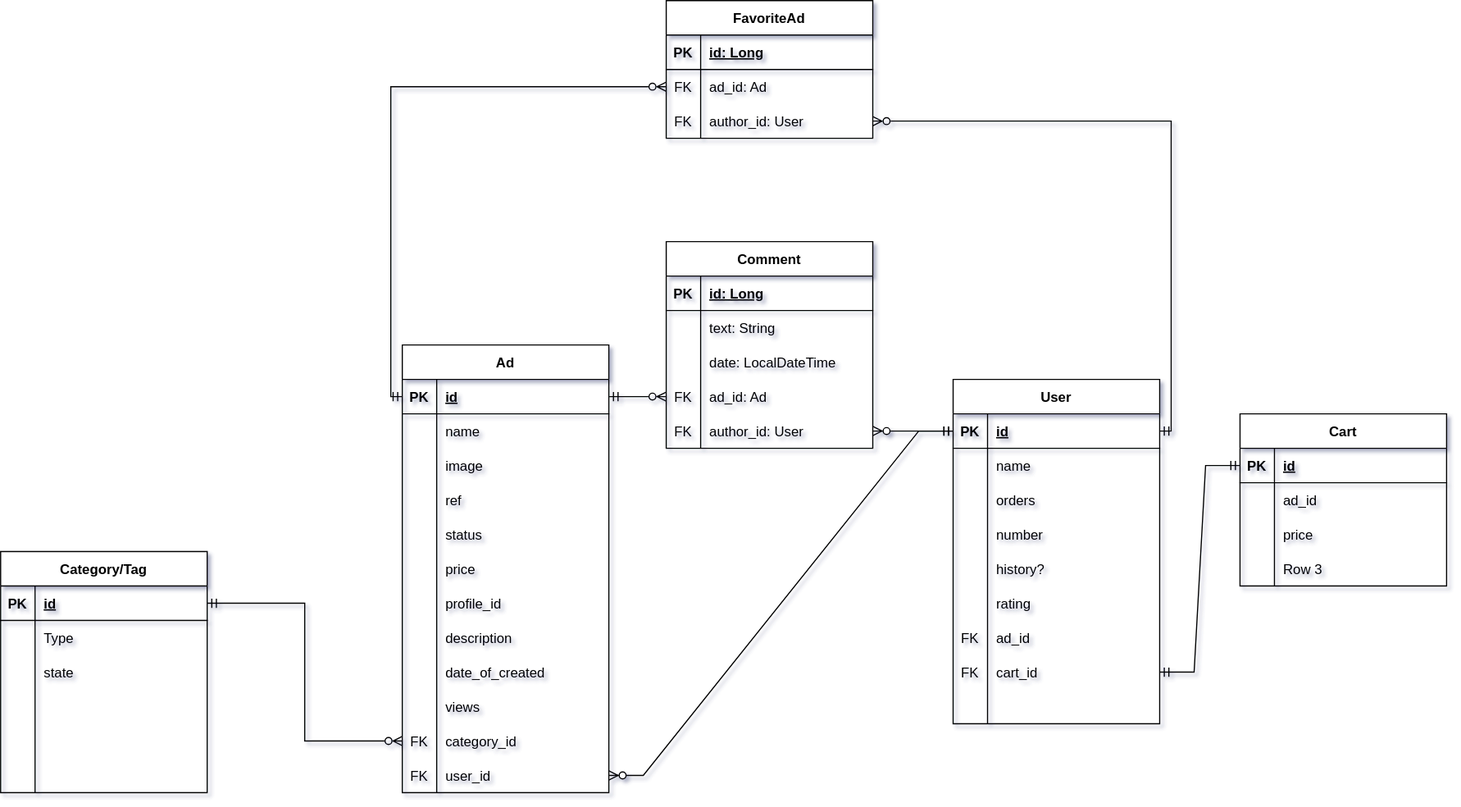
Before: src/main/resources/WaceplareERD.svg, a diagram exported from draw.io (E6L1PS/waceplare_app_backend). Source tidied: cells renumbered, new cells last; positions are measured from the earlier drawing's top-left corner, leaving out a move shared by most shapes.
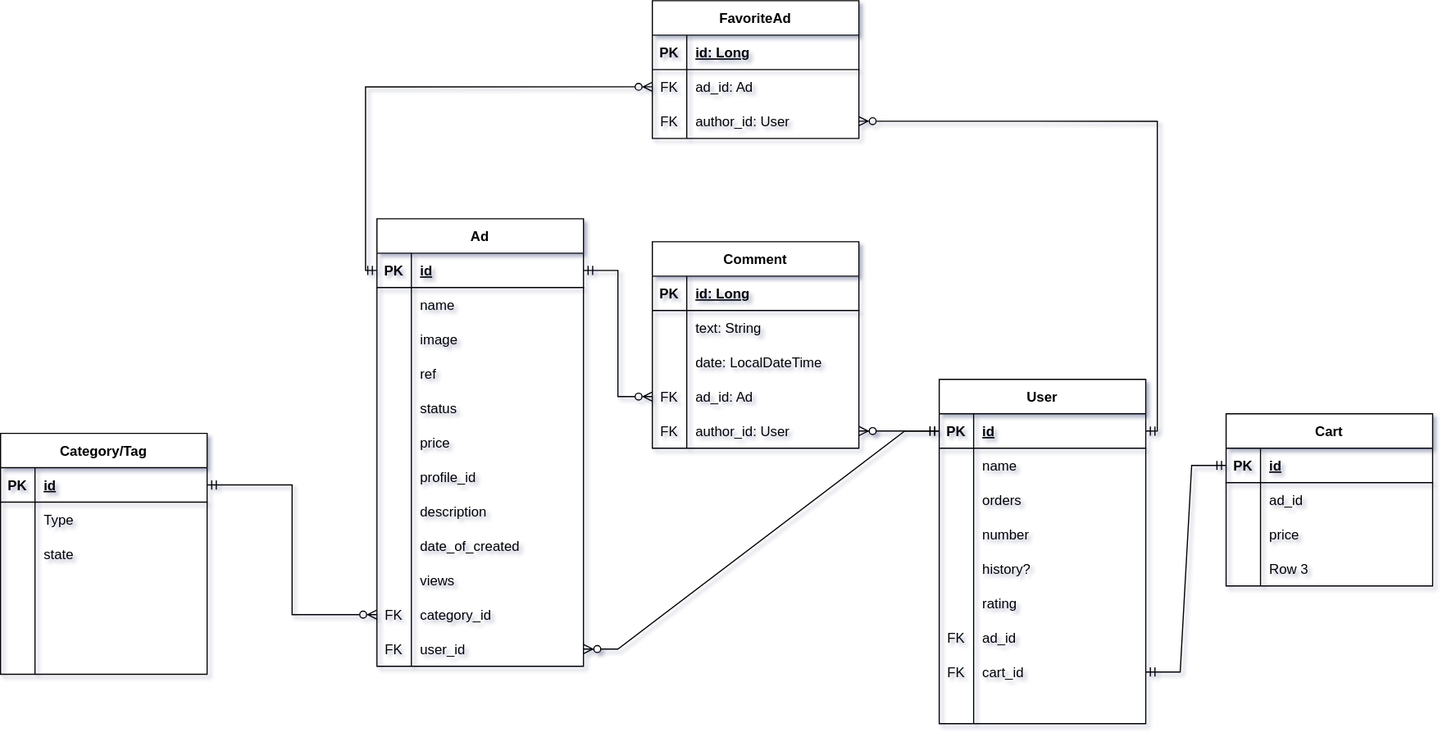
After the commit.

What changed in the source:
```diff
@@ -1,4 +1,4 @@
-<mxGraphModel shadow="1">
+<mxGraphModel background="#ffffff" shadow="1">
   <root>
     <mxCell id="0" />
     <mxCell id="1" parent="0" />
@@ -87,7 +87,7 @@
       <mxGeometry x="30" width="150" height="30" as="geometry" />
     </mxCell>
     <mxCell id="30" value="Ad" style="shape=table;startSize=30;rowLines=0;fontStyle=1;align=center;" parent="1" vertex="1">
-      <mxGeometry x="350" y="300" width="180" height="390" as="geometry" />
+      <mxGeometry x="340" y="190" width="180" height="390" as="geometry" />
     </mxCell>
     <mxCell id="31" style="shape=tableRow;horizontal=0;startSize=0;swimlaneHead=0;swimlaneBody=0;fillColor=none;points=[[0,0.5],[1,0.5]];portConstraint=eastwest;top=0;left=0;right=0;bottom=1;" parent="30" vertex="1">
       <mxGeometry y="30" width="180" height="30" as="geometry" />
@@ -288,7 +288,7 @@
       <mxGeometry relative="1" as="geometry" />
     </mxCell>
     <mxCell id="97" value="Category/Tag" style="shape=table;startSize=30;rowLines=0;fontStyle=1;align=center;" parent="1" vertex="1">
-      <mxGeometry y="480" width="180" height="210" as="geometry" />
+      <mxGeometry x="12" y="377" width="180" height="210" as="geometry" />
     </mxCell>
     <mxCell id="98" style="shape=tableRow;horizontal=0;startSize=0;swimlaneHead=0;swimlaneBody=0;fillColor=none;points=[[0,0.5],[1,0.5]];portConstraint=eastwest;top=0;left=0;right=0;bottom=1;" parent="97" vertex="1">
       <mxGeometry y="30" width="180" height="30" as="geometry" />
```
